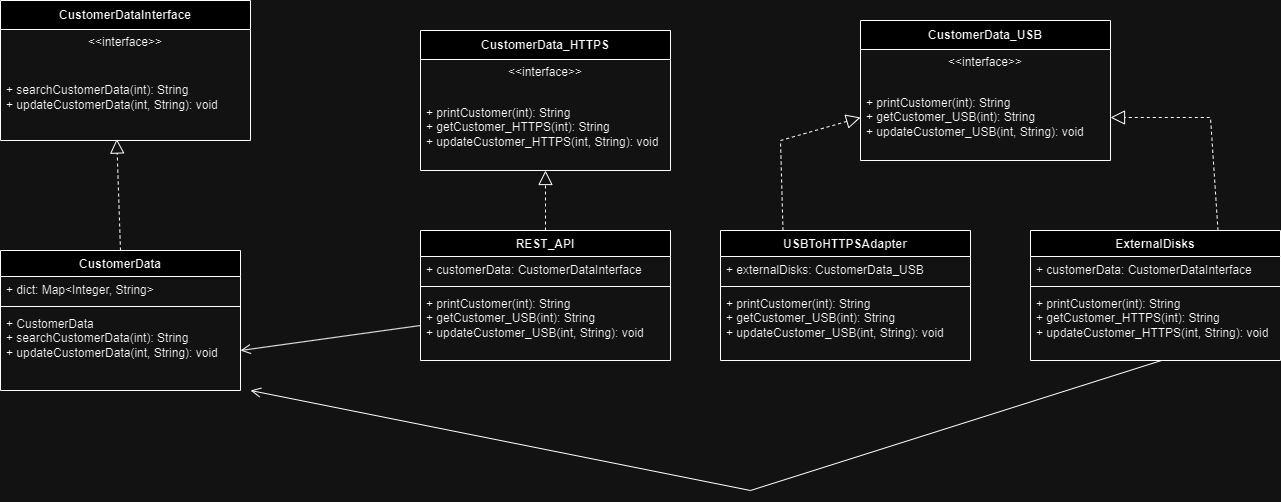
shiddharthsaran/cs-665-assignment-4 keeps this draw.io diagram as BU MET CS 665 Assignment 4.drawio.png. Above is the earlier version. Source tidied: cells renumbered, new cells last; positions are measured from the earlier drawing's top-left corner, leaving out a move shared by most shapes.
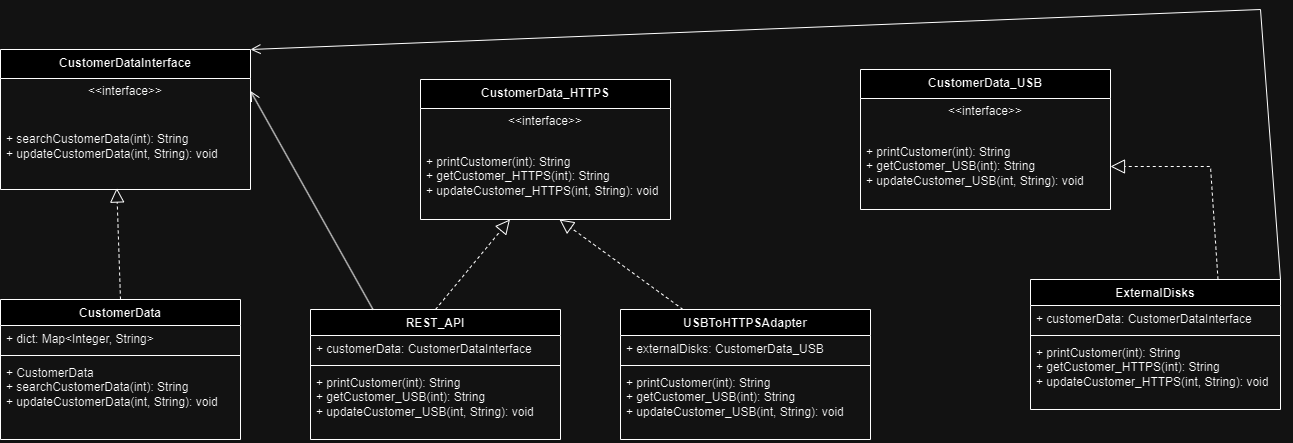
After the commit.

Commit message:
uml diagram

What changed in the source:
```diff
@@ -54,7 +54,7 @@
       <mxGeometry y="60" width="250" height="70" as="geometry" />
     </mxCell>
     <mxCell id="19" value="REST_API" style="swimlane;fontStyle=1;align=center;verticalAlign=top;horizontal=1;startSize=26;whiteSpace=wrap;html=1;" parent="1" vertex="1">
-      <mxGeometry x="420" y="230" width="250" height="130" as="geometry" />
+      <mxGeometry x="310" y="260" width="250" height="130" as="geometry" />
     </mxCell>
     <mxCell id="20" value="+&amp;nbsp;customerData:&amp;nbsp;CustomerDataInterface" style="text;strokeColor=none;fillColor=none;align=left;verticalAlign=top;spacingLeft=4;spacingRight=4;overflow=hidden;whiteSpace=wrap;html=1;" parent="19" vertex="1">
       <mxGeometry y="26" width="250" height="26" as="geometry" />
@@ -66,7 +66,7 @@
       <mxGeometry y="60" width="250" height="70" as="geometry" />
     </mxCell>
     <mxCell id="23" value="USBToHTTPSAdapter" style="swimlane;fontStyle=1;align=center;verticalAlign=top;horizontal=1;startSize=26;whiteSpace=wrap;html=1;" parent="1" vertex="1">
-      <mxGeometry x="720" y="230" width="250" height="130" as="geometry" />
+      <mxGeometry x="620" y="260" width="250" height="130" as="geometry" />
     </mxCell>
     <mxCell id="24" value="+ externalDisks:&amp;nbsp;CustomerData_USB" style="text;strokeColor=none;fillColor=none;align=left;verticalAlign=top;spacingLeft=4;spacingRight=4;overflow=hidden;whiteSpace=wrap;html=1;" parent="23" vertex="1">
       <mxGeometry y="26" width="250" height="26" as="geometry" />
@@ -83,13 +83,6 @@
     <mxCell id="28" style="endArrow=block;dashed=1;endFill=0;endSize=12;html=1;rounded=0;exitX=0.5;exitY=0;exitDx=0;exitDy=0;" parent="1" edge="1" source="19" target="8">
       <mxGeometry relative="1" as="geometry" />
     </mxCell>
-    <mxCell id="29" style="endArrow=block;dashed=1;endFill=0;endSize=12;html=1;rounded=0;exitX=0.25;exitY=0;exitDx=0;exitDy=0;entryX=0;entryY=0.5;entryDx=0;entryDy=0;" parent="1" edge="1" source="23" target="11">
-      <mxGeometry relative="1" as="geometry">
-        <Array as="points">
-          <mxPoint x="780" y="140" />
-        </Array>
-      </mxGeometry>
-    </mxCell>
     <mxCell id="30" style="endArrow=block;dashed=1;endFill=0;endSize=12;html=1;rounded=0;exitX=0.75;exitY=0;exitDx=0;exitDy=0;entryX=1;entryY=0.5;entryDx=0;entryDy=0;" parent="1" edge="1" source="15" target="11">
       <mxGeometry relative="1" as="geometry">
         <Array as="points">
@@ -97,16 +90,18 @@
         </Array>
       </mxGeometry>
     </mxCell>
-    <mxCell id="31" style="endArrow=open;startArrow=none;endFill=0;startFill=0;endSize=8;html=1;verticalAlign=bottom;labelBackgroundColor=none;strokeWidth=1;rounded=0;exitX=0;exitY=0.5;exitDx=0;exitDy=0;entryX=1;entryY=0.5;entryDx=0;entryDy=0;" parent="1" edge="1" source="22" target="5">
-      <mxGeometry relative="1" as="geometry" />
-    </mxCell>
-    <mxCell id="32" style="endArrow=open;startArrow=none;endFill=0;startFill=0;endSize=8;html=1;verticalAlign=bottom;labelBackgroundColor=none;strokeWidth=1;rounded=0;entryX=1.042;entryY=1;entryDx=0;entryDy=0;entryPerimeter=0;" parent="1" edge="1" target="5">
-      <mxGeometry relative="1" as="geometry">
-        <mxPoint x="1161" y="360" as="sourcePoint" />
-        <Array as="points">
-          <mxPoint x="750" y="490" />
-        </Array>
-      </mxGeometry>
-    </mxCell>
+    <mxCell id="33" style="endArrow=block;dashed=1;endFill=0;endSize=12;html=1;rounded=0;exitX=0.25;exitY=0;exitDx=0;exitDy=0;entryX=0.556;entryY=1;entryDx=0;entryDy=0;entryPerimeter=0;" parent="1" edge="1" source="23" target="8">
+      <mxGeometry relative="1" as="geometry" />
+    </mxCell>
+    <mxCell id="34" style="endArrow=open;startArrow=none;endFill=0;startFill=0;endSize=8;html=1;verticalAlign=bottom;labelBackgroundColor=none;strokeWidth=1;rounded=0;exitX=0.25;exitY=0;exitDx=0;exitDy=0;entryX=1;entryY=0.5;entryDx=0;entryDy=0;" parent="1" edge="1" source="19" target="13">
+      <mxGeometry relative="1" as="geometry" />
+    </mxCell>
+    <mxCell id="35" style="endArrow=open;startArrow=none;endFill=0;startFill=0;endSize=8;html=1;verticalAlign=bottom;labelBackgroundColor=none;strokeWidth=1;rounded=0;entryX=1;entryY=0;entryDx=0;entryDy=0;exitX=1;exitY=0;exitDx=0;exitDy=0;" parent="1" edge="1" source="15" target="12">
+      <mxGeometry relative="1" as="geometry">
+        <Array as="points">
+          <mxPoint x="1260" y="-40" />
+        </Array>
+      </mxGeometry>
+    </mxCell>
   </root>
 </mxGraphModel>
```
